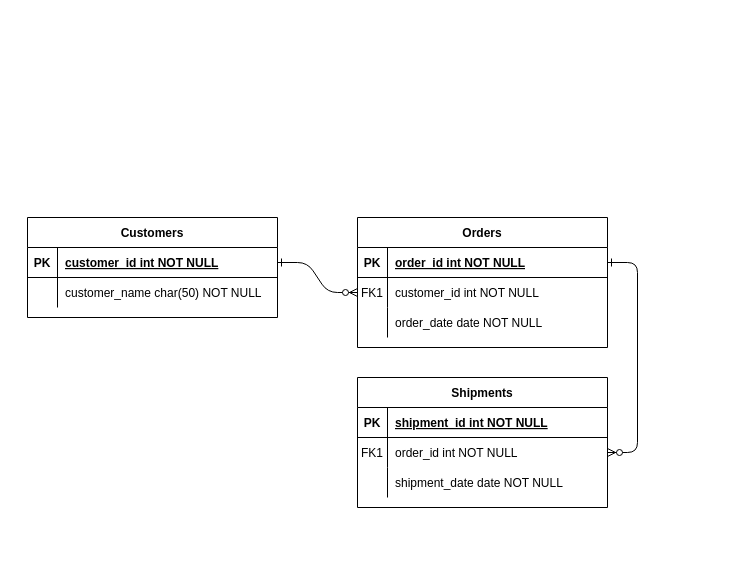
This is Untitled Diagram.drawio from jobian-ai/Hello-World, a draw.io file, before an edit. Source tidied: cells renumbered, new cells numbered last; positions are measured from the earlier drawing's top-left corner, leaving out a move shared by most shapes. Both pictures are drawn from the tidied source at 100%, with x=0, y=0 at pixel (27, 217).
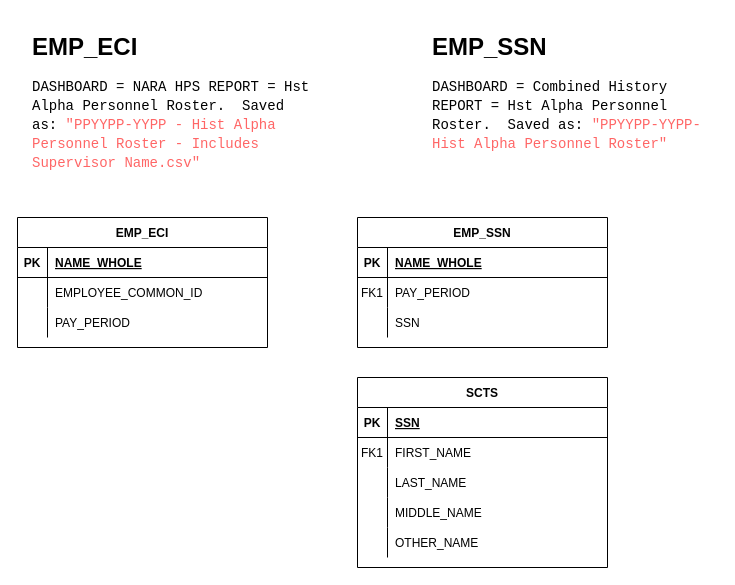
The same diagram, later.

The change refers to these unchanged cells:
```xml
<mxCell id="5" style="shape=partialRectangle;fillColor=none;points=[[0,0.5],[1,0.5]];portConstraint=eastwest;top=0;left=0;right=0;bottom=1;" parent="4" vertex="1">
  <mxGeometry y="30" width="250" height="30" as="geometry" />
</mxCell>
<mxCell id="8" style="shape=partialRectangle;fillColor=none;points=[[0,0.5],[1,0.5]];portConstraint=eastwest;top=0;left=0;right=0;bottom=0;" parent="4" vertex="1">
  <mxGeometry y="60" width="250" height="30" as="geometry" />
</mxCell>
<mxCell id="11" style="shape=partialRectangle;fillColor=none;top=0;left=0;right=0;bottom=0;" parent="4" vertex="1">
  <mxGeometry y="90" width="250" height="30" as="geometry" />
</mxCell>
<mxCell id="15" style="shape=partialRectangle;fillColor=none;top=0;left=0;right=0;bottom=1;" parent="14" vertex="1">
  <mxGeometry y="30" width="250" height="30" as="geometry" />
</mxCell>
<mxCell id="18" style="shape=partialRectangle;fillColor=none;points=[[0,0.5],[1,0.5]];portConstraint=eastwest;top=0;left=0;right=0;bottom=0;" parent="14" vertex="1">
  <mxGeometry y="60" width="250" height="30" as="geometry" />
</mxCell>
<mxCell id="21" style="shape=partialRectangle;fillColor=none;top=0;left=0;right=0;bottom=0;" parent="14" vertex="1">
  <mxGeometry y="90" width="250" height="30" as="geometry" />
</mxCell>
<mxCell id="25" style="shape=partialRectangle;fillColor=none;points=[[0,0.5],[1,0.5]];portConstraint=eastwest;top=0;left=0;right=0;bottom=1;" parent="24" vertex="1">
  <mxGeometry y="30" width="250" height="30" as="geometry" />
</mxCell>
```

The edit, as a diff of the source:
```diff
@@
-    <mxCell id="2" style="edgeStyle=entityRelationEdgeStyle;endArrow=ERzeroToMany;startArrow=ERone;endFill=1;startFill=0;" parent="1" edge="1" source="25" target="8">
-      <mxGeometry relative="1" as="geometry" />
-    </mxCell>
-    <mxCell id="3" style="edgeStyle=entityRelationEdgeStyle;endArrow=ERzeroToMany;startArrow=ERone;endFill=1;startFill=0;" parent="1" edge="1" source="5" target="18">
-      <mxGeometry relative="1" as="geometry" />
-    </mxCell>
-    <mxCell id="4" value="Orders" style="shape=table;startSize=30;childLayout=tableLayout;rowLines=0;fontStyle=1;align=center;" parent="1" vertex="1">
+    <mxCell id="4" value="EMP_SSN" style="shape=table;startSize=30;childLayout=tableLayout;rowLines=0;fontStyle=1;align=center;" parent="1" vertex="1">
       <mxGeometry x="330" width="250" height="130" as="geometry" />
     </mxCell>
@@
-    <mxCell id="7" value="order_id int NOT NULL " style="shape=partialRectangle;overflow=hidden;fillColor=none;top=0;left=0;bottom=0;right=0;align=left;spacingLeft=6;fontStyle=5;" parent="5" vertex="1">
+    <mxCell id="7" value="NAME_WHOLE" style="shape=partialRectangle;overflow=hidden;fillColor=none;top=0;left=0;bottom=0;right=0;align=left;spacingLeft=6;fontStyle=5;" parent="5" vertex="1">
       <mxGeometry x="30" width="220" height="30" as="geometry" />
     </mxCell>
@@
-    <mxCell id="10" value="customer_id int NOT NULL" style="shape=partialRectangle;overflow=hidden;fillColor=none;top=0;left=0;bottom=0;right=0;align=left;spacingLeft=6;" parent="8" vertex="1">
+    <mxCell id="10" value="PAY_PERIOD" style="shape=partialRectangle;overflow=hidden;fillColor=none;top=0;left=0;bottom=0;right=0;align=left;spacingLeft=6;" parent="8" vertex="1">
       <mxGeometry x="30" width="220" height="30" as="geometry" />
     </mxCell>
@@
-    <mxCell id="13" value="order_date date NOT NULL" style="shape=partialRectangle;overflow=hidden;fillColor=none;top=0;left=0;bottom=0;right=0;align=left;spacingLeft=6;" parent="11" vertex="1">
+    <mxCell id="13" value="SSN" style="shape=partialRectangle;overflow=hidden;fillColor=none;top=0;left=0;bottom=0;right=0;align=left;spacingLeft=6;" parent="11" vertex="1">
       <mxGeometry x="30" width="220" height="30" as="geometry" />
     </mxCell>
-    <mxCell id="14" value="Shipments" style="shape=table;startSize=30;childLayout=tableLayout;rowLines=0;fontStyle=1;align=center;" parent="1" vertex="1">
-      <mxGeometry x="330" y="160" width="250" height="130" as="geometry" />
+    <mxCell id="14" value="SCTS" style="shape=table;startSize=30;childLayout=tableLayout;rowLines=0;fontStyle=1;align=center;" parent="1" vertex="1">
+      <mxGeometry x="330" y="160" width="250" height="190" as="geometry" />
     </mxCell>
@@
-    <mxCell id="17" value="shipment_id int NOT NULL " style="shape=partialRectangle;overflow=hidden;fillColor=none;top=0;left=0;bottom=0;right=0;align=left;spacingLeft=6;fontStyle=5;" parent="15" vertex="1">
+    <mxCell id="17" value="SSN" style="shape=partialRectangle;overflow=hidden;fillColor=none;top=0;left=0;bottom=0;right=0;align=left;spacingLeft=6;fontStyle=5;" parent="15" vertex="1">
       <mxGeometry x="30" width="220" height="30" as="geometry" />
     </mxCell>
@@
-    <mxCell id="20" value="order_id int NOT NULL" style="shape=partialRectangle;overflow=hidden;fillColor=none;top=0;left=0;bottom=0;right=0;align=left;spacingLeft=6;" parent="18" vertex="1">
+    <mxCell id="20" value="FIRST_NAME" style="shape=partialRectangle;overflow=hidden;fillColor=none;top=0;left=0;bottom=0;right=0;align=left;spacingLeft=6;" parent="18" vertex="1">
       <mxGeometry x="30" width="220" height="30" as="geometry" />
     </mxCell>
@@
-    <mxCell id="23" value="shipment_date date NOT NULL" style="shape=partialRectangle;overflow=hidden;fillColor=none;top=0;left=0;bottom=0;right=0;align=left;spacingLeft=6;" parent="21" vertex="1">
+    <mxCell id="23" value="LAST_NAME" style="shape=partialRectangle;overflow=hidden;fillColor=none;top=0;left=0;bottom=0;right=0;align=left;spacingLeft=6;" parent="21" vertex="1">
       <mxGeometry x="30" width="220" height="30" as="geometry" />
     </mxCell>
+    <mxCell id="31" style="shape=partialRectangle;fillColor=none;top=0;left=0;right=0;bottom=0;" parent="14" vertex="1">
+      <mxGeometry y="120" width="250" height="30" as="geometry" />
+    </mxCell>
+    <mxCell id="32" style="shape=partialRectangle;overflow=hidden;fillColor=none;top=0;left=0;bottom=0;right=0;" parent="31" vertex="1">
+      <mxGeometry width="30" height="30" as="geometry" />
+    </mxCell>
+    <mxCell id="33" value="MIDDLE_NAME" style="shape=partialRectangle;overflow=hidden;fillColor=none;top=0;left=0;bottom=0;right=0;align=left;spacingLeft=6;" parent="31" vertex="1">
+      <mxGeometry x="30" width="220" height="30" as="geometry" />
+    </mxCell>
+    <mxCell id="34" style="shape=partialRectangle;fillColor=none;top=0;left=0;right=0;bottom=0;" parent="14" vertex="1">
+      <mxGeometry y="150" width="250" height="30" as="geometry" />
+    </mxCell>
+    <mxCell id="35" style="shape=partialRectangle;overflow=hidden;fillColor=none;top=0;left=0;bottom=0;right=0;" parent="34" vertex="1">
+      <mxGeometry width="30" height="30" as="geometry" />
+    </mxCell>
+    <mxCell id="36" value="OTHER_NAME" style="shape=partialRectangle;overflow=hidden;fillColor=none;top=0;left=0;bottom=0;right=0;align=left;spacingLeft=6;" parent="34" vertex="1">
+      <mxGeometry x="30" width="220" height="30" as="geometry" />
+    </mxCell>
-    <mxCell id="24" value="Customers" style="shape=table;startSize=30;childLayout=tableLayout;rowLines=0;fontStyle=1;align=center;" parent="1" vertex="1">
-      <mxGeometry width="250" height="100" as="geometry" />
+    <mxCell id="24" value="EMP_ECI" style="shape=table;startSize=30;childLayout=tableLayout;rowLines=0;fontStyle=1;align=center;" parent="1" vertex="1">
+      <mxGeometry x="-10" width="250" height="130" as="geometry" />
     </mxCell>
@@
-    <mxCell id="27" value="customer_id int NOT NULL " style="shape=partialRectangle;overflow=hidden;fillColor=none;top=0;left=0;bottom=0;right=0;align=left;spacingLeft=6;fontStyle=5;" parent="25" vertex="1">
+    <mxCell id="27" value="NAME_WHOLE" style="shape=partialRectangle;overflow=hidden;fillColor=none;top=0;left=0;bottom=0;right=0;align=left;spacingLeft=6;fontStyle=5;" parent="25" vertex="1">
       <mxGeometry x="30" width="220" height="30" as="geometry" />
     </mxCell>
+    <mxCell id="37" style="shape=partialRectangle;fillColor=none;top=0;left=0;right=0;bottom=0;" parent="24" vertex="1">
+      <mxGeometry y="60" width="250" height="30" as="geometry" />
+    </mxCell>
+    <mxCell id="38" style="shape=partialRectangle;overflow=hidden;fillColor=none;top=0;left=0;bottom=0;right=0;" parent="37" vertex="1">
+      <mxGeometry width="30" height="30" as="geometry" />
+    </mxCell>
+    <mxCell id="39" value="EMPLOYEE_COMMON_ID" style="shape=partialRectangle;overflow=hidden;fillColor=none;top=0;left=0;bottom=0;right=0;align=left;spacingLeft=6;" parent="37" vertex="1">
+      <mxGeometry x="30" width="220" height="30" as="geometry" />
+    </mxCell>
     <mxCell id="28" style="shape=partialRectangle;fillColor=none;top=0;left=0;right=0;bottom=0;" parent="24" vertex="1">
-      <mxGeometry y="60" width="250" height="30" as="geometry" />
+      <mxGeometry y="90" width="250" height="30" as="geometry" />
     </mxCell>
@@
-    <mxCell id="30" value="customer_name char(50) NOT NULL" style="shape=partialRectangle;overflow=hidden;fillColor=none;top=0;left=0;bottom=0;right=0;align=left;spacingLeft=6;" parent="28" vertex="1">
+    <mxCell id="30" value="PAY_PERIOD" style="shape=partialRectangle;overflow=hidden;fillColor=none;top=0;left=0;bottom=0;right=0;align=left;spacingLeft=6;" parent="28" vertex="1">
       <mxGeometry x="30" width="220" height="30" as="geometry" />
     </mxCell>
+    <mxCell id="40" value="&lt;h1&gt;EMP_SSN&lt;/h1&gt;&lt;div style=&quot;background-color: rgb(255 , 255 , 255) ; font-family: &amp;#34;consolas&amp;#34; , &amp;#34;courier new&amp;#34; , monospace ; font-size: 14px ; line-height: 19px&quot;&gt;DASHBOARD = Combined History REPORT = Hst Alpha Personnel Roster.&amp;nbsp; Saved as: &lt;font color=&quot;#ff6666&quot;&gt;&quot;PPYYPP-YYPP- Hist Alpha Personnel Roster&quot;&lt;/font&gt;&lt;/div&gt;" style="text;html=1;strokeColor=none;fillColor=none;spacing=5;spacingTop=-20;whiteSpace=wrap;overflow=hidden;rounded=0;" parent="1" vertex="1">
+      <mxGeometry x="400" y="-190" width="290" height="140" as="geometry" />
+    </mxCell>
+    <mxCell id="41" value="&lt;h1&gt;EMP_ECI&lt;/h1&gt;&lt;div style=&quot;background-color: rgb(255 , 255 , 255) ; font-family: &amp;#34;consolas&amp;#34; , &amp;#34;courier new&amp;#34; , monospace ; font-size: 14px ; line-height: 19px&quot;&gt;DASHBOARD = NARA HPS REPORT = Hst Alpha Personnel Roster.&amp;nbsp; Saved as: &lt;font color=&quot;#ff6666&quot;&gt;&quot;&lt;span style=&quot;font-family: &amp;#34;consolas&amp;#34; , &amp;#34;courier new&amp;#34; , monospace&quot;&gt;PPYYPP-YYPP - Hist Alpha Personnel Roster - Includes Supervisor Name.csv&quot;&lt;/span&gt;&lt;/font&gt;&lt;/div&gt;" style="text;html=1;strokeColor=none;fillColor=none;spacing=5;spacingTop=-20;whiteSpace=wrap;overflow=hidden;rounded=0;" parent="1" vertex="1">
+      <mxGeometry y="-190" width="290" height="150" as="geometry" />
+    </mxCell>
```
